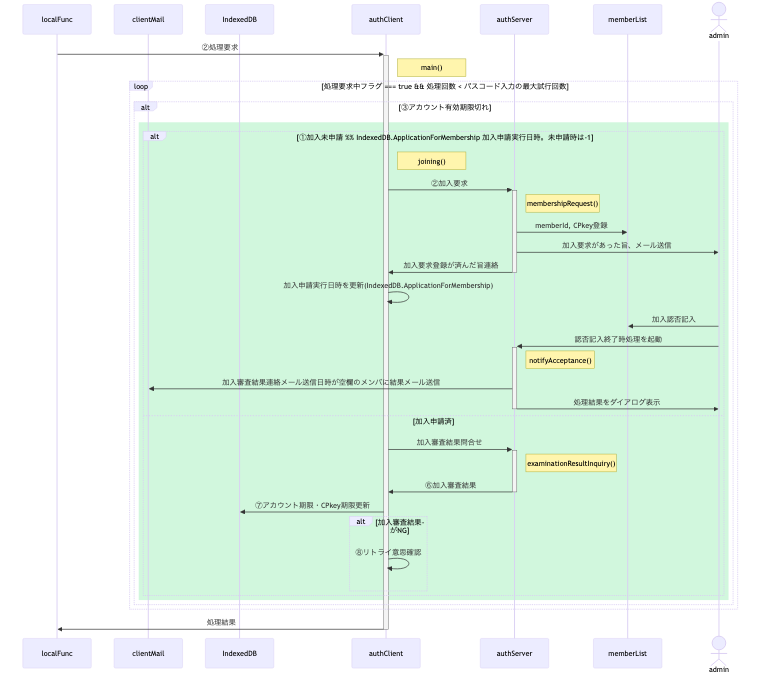
The Mermaid diagram underDev/Auth/img/joining.png in nakaone/library, before a commit. Its source is kept beside it as underDev/Auth/doc/joining.mermaid.
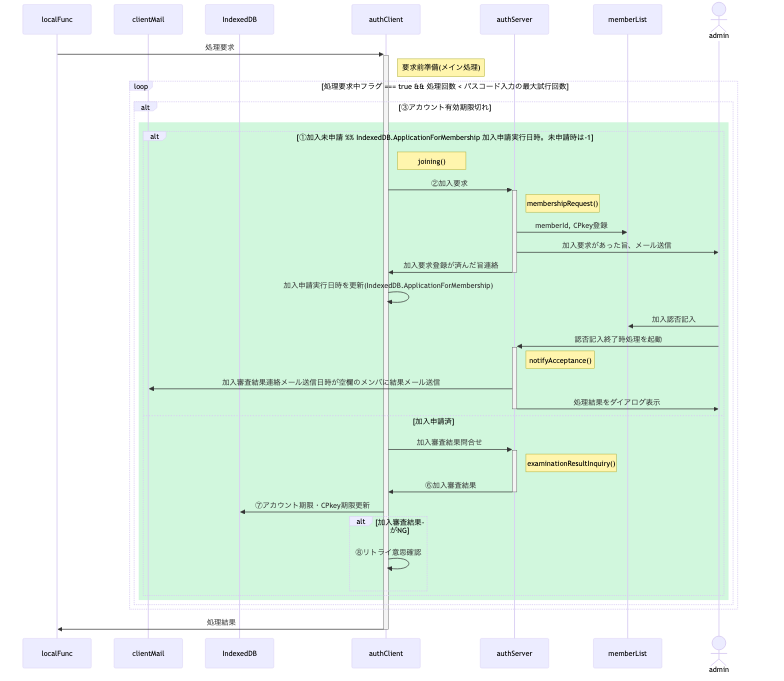
The same diagram one commit later.

Change to the diagram source:
```diff
@@ -8,26 +8,26 @@
   participant memberList
   actor admin
 
-  localFunc->>+authClient: ②処理要求
-  Note right of authClient: main()
+  localFunc->>+authClient: 処理要求
+  Note right of authClient: 要求前準備(メイン処理)
 
   loop 処理要求中フラグ === true && 処理回数 < パスコード入力の最大試行回数
 
-    alt ③アカウント有効期限切れ
+    alt ①アカウント有効期限切れ
 
       rect rgba(209, 247, 221, 1)
 
-        alt ①加入未申請 %% IndexedDB.ApplicationForMembership 加入申請実行日時。未申請時は-1
+        alt ②加入未申請
 
           Note right of authClient: joining()
-          authClient->>+authServer: ②加入要求
+          authClient->>+authServer: ③加入要求
           Note right of authServer: membershipRequest()
           authServer->>memberList: memberId, CPkey登録
           authServer->>admin: 加入要求があった旨、メール送信
           authServer->>-authClient: 加入要求登録が済んだ旨連絡
           authClient->>authClient: 加入申請実行日時を更新(IndexedDB.ApplicationForMembership)
 
-          admin->>memberList: 加入認否記入
+          admin->>memberList: ④加入認否記入
           admin->>+authServer: 認否記入終了時処理を起動
           Note right of authServer: notifyAcceptance()
           authServer->>clientMail: 加入審査結果連絡メール送信日時が空欄のメンバに結果メール送信
```
